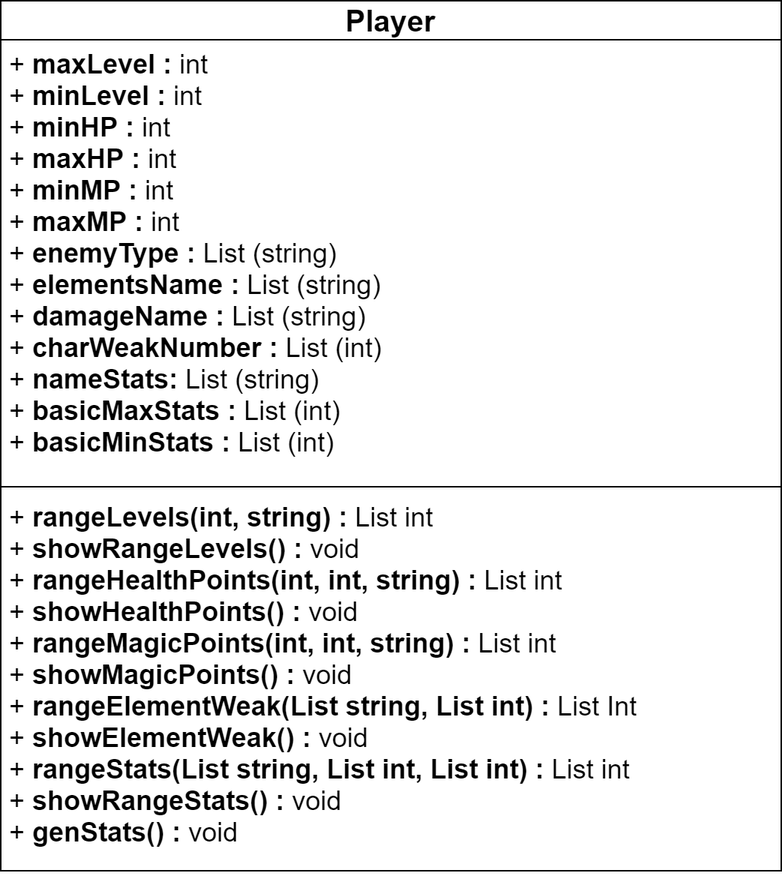
Above: img/enemy_uml.png in rohwid/id-thesis-book-min-electics-its (draw.io), before the change. Source tidied: cells renumbered, new cells last; positions are measured from the earlier drawing's top-left corner, leaving out a move shared by most shapes. Its diagram source:
```xml
<mxGraphModel>
  <root>
    <mxCell id="0" />
    <mxCell id="1" parent="0" />
    <mxCell id="2" value="Player" style="swimlane;fontStyle=1;align=center;verticalAlign=bottom;horizontal=1;startSize=26;fontSize=20;labelBackgroundColor=none;labelBorderColor=none;" parent="1" vertex="1">
      <mxGeometry width="520" height="580" as="geometry" />
    </mxCell>
    <mxCell id="3" value="+ &lt;b&gt;maxLevel&lt;/b&gt; &lt;b&gt;:&lt;/b&gt; int&lt;br&gt;+ &lt;b&gt;minLevel&lt;/b&gt; &lt;b&gt;:&lt;/b&gt; int&lt;br&gt;+ &lt;b&gt;minHP&lt;/b&gt; &lt;b&gt;:&lt;/b&gt;&amp;nbsp;int&lt;br&gt;+ &lt;b&gt;maxHP&lt;/b&gt;&amp;nbsp;&lt;b&gt;:&lt;/b&gt;&amp;nbsp;int&lt;br&gt;+ &lt;b&gt;minMP :&lt;/b&gt;&amp;nbsp;int&lt;br&gt;+&amp;nbsp;&lt;b&gt;maxMP :&lt;/b&gt;&amp;nbsp;int&lt;br&gt;+ &lt;b&gt;enemyType :&lt;/b&gt; List (string)&lt;br&gt;+&amp;nbsp;&lt;b&gt;elementsName :&lt;/b&gt;&amp;nbsp;List (string)&lt;br&gt;+ &lt;b&gt;damageName :&lt;/b&gt; List (string)&lt;br&gt;+&amp;nbsp;&lt;b&gt;charWeakNumber :&lt;/b&gt;&amp;nbsp;List (int)&lt;br&gt;+ &lt;b&gt;nameStats:&lt;/b&gt; List (string)&lt;br&gt;+ &lt;b&gt;basicMaxStats :&lt;/b&gt; List (int)&lt;br&gt;+ &lt;b&gt;basicMinStats :&lt;/b&gt; List (int)" style="text;strokeColor=none;fillColor=none;align=left;verticalAlign=top;spacingLeft=4;spacingRight=4;overflow=hidden;fontSize=18;html=1;" parent="2" vertex="1">
      <mxGeometry y="26" width="520" height="294" as="geometry" />
    </mxCell>
    <mxCell id="4" style="line;strokeWidth=1;fillColor=none;align=left;verticalAlign=middle;spacingTop=-1;spacingLeft=3;spacingRight=3;labelPosition=right;" parent="2" vertex="1">
      <mxGeometry y="320" width="520" height="8" as="geometry" />
    </mxCell>
    <mxCell id="5" value="+ &lt;b&gt;rangeLevels(int, string) :&lt;/b&gt; List int&lt;br&gt;+ &lt;b&gt;showRangeLevels() :&lt;/b&gt; void&lt;br&gt;+ &lt;b&gt;rangeHealthPoints(int, int, string) :&lt;/b&gt; List int&lt;br&gt;+ &lt;b&gt;showHealthPoints() :&lt;/b&gt; void&lt;br&gt;+ &lt;b&gt;rangeMagicPoints(int, int, string) :&lt;/b&gt; List int&lt;br&gt;+ &lt;b&gt;showMagicPoints() :&lt;/b&gt; void&lt;br&gt;+ &lt;b&gt;rangeElementWeak(List string, List int) :&lt;/b&gt; List Int&lt;br&gt;+ &lt;b&gt;showElementWeak() :&lt;/b&gt; void&lt;br&gt;+ &lt;b&gt;rangeStats(List string, List int, List int) :&lt;/b&gt; List int&lt;br&gt;+ &lt;b&gt;showRangeStats() :&lt;/b&gt; void&lt;br&gt;+ &lt;b&gt;genStats() :&lt;/b&gt; void" style="text;strokeColor=none;fillColor=none;align=left;verticalAlign=top;spacingLeft=4;spacingRight=4;overflow=hidden;fontSize=18;html=1;" parent="2" vertex="1">
      <mxGeometry y="328" width="520" height="252" as="geometry" />
    </mxCell>
  </root>
</mxGraphModel>
```
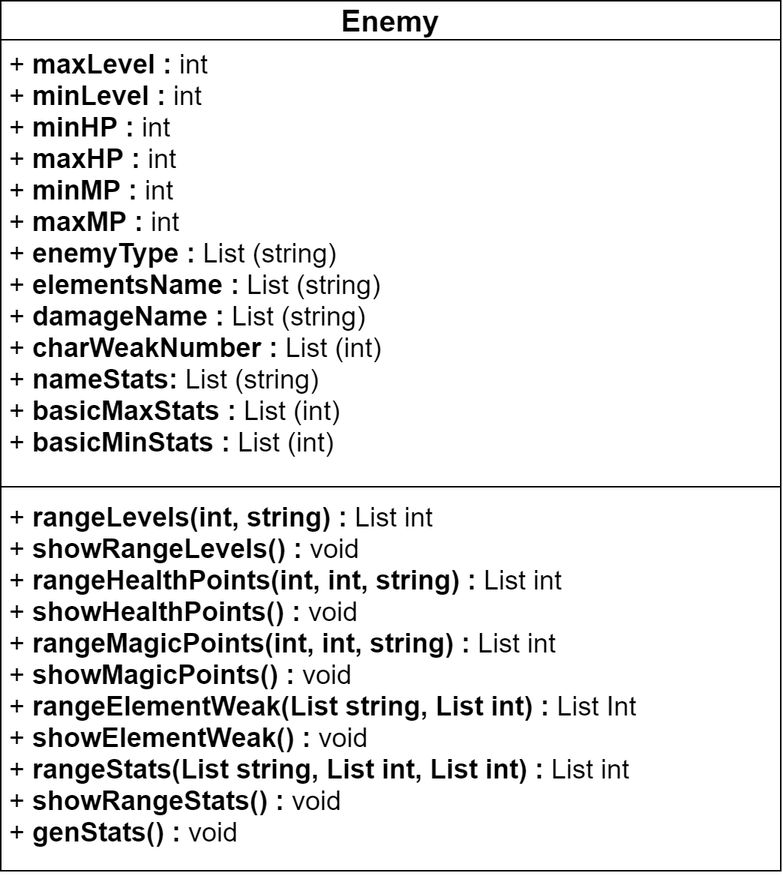
Later version of the same file.

What changed in the source:
```diff
@@ -2,16 +2,16 @@
   <root>
     <mxCell id="0" />
     <mxCell id="1" parent="0" />
-    <mxCell id="2" value="Player" style="swimlane;fontStyle=1;align=center;verticalAlign=bottom;horizontal=1;startSize=26;fontSize=20;labelBackgroundColor=none;labelBorderColor=none;" parent="1" vertex="1">
-      <mxGeometry width="520" height="580" as="geometry" />
-    </mxCell>
+    <mxCell id="6" value="Enemy" style="swimlane;fontStyle=1;align=center;verticalAlign=bottom;horizontal=1;startSize=26;fontSize=20;labelBackgroundColor=none;labelBorderColor=none;" parent="1" vertex="1">
+      <mxGeometry width="520" height="580" as="geometry" />
+    </mxCell>
-    <mxCell id="3" value="+ &lt;b&gt;maxLevel&lt;/b&gt; &lt;b&gt;:&lt;/b&gt; int&lt;br&gt;+ &lt;b&gt;minLevel&lt;/b&gt; &lt;b&gt;:&lt;/b&gt; int&lt;br&gt;+ &lt;b&gt;minHP&lt;/b&gt; &lt;b&gt;:&lt;/b&gt;&amp;nbsp;int&lt;br&gt;+ &lt;b&gt;maxHP&lt;/b&gt;&amp;nbsp;&lt;b&gt;:&lt;/b&gt;&amp;nbsp;int&lt;br&gt;+ &lt;b&gt;minMP :&lt;/b&gt;&amp;nbsp;int&lt;br&gt;+&amp;nbsp;&lt;b&gt;maxMP :&lt;/b&gt;&amp;nbsp;int&lt;br&gt;+ &lt;b&gt;enemyType :&lt;/b&gt; List (string)&lt;br&gt;+&amp;nbsp;&lt;b&gt;elementsName :&lt;/b&gt;&amp;nbsp;List (string)&lt;br&gt;+ &lt;b&gt;damageName :&lt;/b&gt; List (string)&lt;br&gt;+&amp;nbsp;&lt;b&gt;charWeakNumber :&lt;/b&gt;&amp;nbsp;List (int)&lt;br&gt;+ &lt;b&gt;nameStats:&lt;/b&gt; List (string)&lt;br&gt;+ &lt;b&gt;basicMaxStats :&lt;/b&gt; List (int)&lt;br&gt;+ &lt;b&gt;basicMinStats :&lt;/b&gt; List (int)" style="text;strokeColor=none;fillColor=none;align=left;verticalAlign=top;spacingLeft=4;spacingRight=4;overflow=hidden;fontSize=18;html=1;" parent="2" vertex="1">
+    <mxCell id="3" value="+ &lt;b&gt;maxLevel&lt;/b&gt; &lt;b&gt;:&lt;/b&gt; int&lt;br&gt;+ &lt;b&gt;minLevel&lt;/b&gt; &lt;b&gt;:&lt;/b&gt; int&lt;br&gt;+ &lt;b&gt;minHP&lt;/b&gt; &lt;b&gt;:&lt;/b&gt;&amp;nbsp;int&lt;br&gt;+ &lt;b&gt;maxHP&lt;/b&gt;&amp;nbsp;&lt;b&gt;:&lt;/b&gt;&amp;nbsp;int&lt;br&gt;+ &lt;b&gt;minMP :&lt;/b&gt;&amp;nbsp;int&lt;br&gt;+&amp;nbsp;&lt;b&gt;maxMP :&lt;/b&gt;&amp;nbsp;int&lt;br&gt;+ &lt;b&gt;enemyType :&lt;/b&gt; List (string)&lt;br&gt;+&amp;nbsp;&lt;b&gt;elementsName :&lt;/b&gt;&amp;nbsp;List (string)&lt;br&gt;+ &lt;b&gt;damageName :&lt;/b&gt; List (string)&lt;br&gt;+&amp;nbsp;&lt;b&gt;charWeakNumber :&lt;/b&gt;&amp;nbsp;List (int)&lt;br&gt;+ &lt;b&gt;nameStats:&lt;/b&gt; List (string)&lt;br&gt;+ &lt;b&gt;basicMaxStats :&lt;/b&gt; List (int)&lt;br&gt;+ &lt;b&gt;basicMinStats :&lt;/b&gt; List (int)" style="text;strokeColor=none;fillColor=none;align=left;verticalAlign=top;spacingLeft=4;spacingRight=4;overflow=hidden;fontSize=18;html=1;" parent="6" vertex="1">
       <mxGeometry y="26" width="520" height="294" as="geometry" />
     </mxCell>
-    <mxCell id="4" style="line;strokeWidth=1;fillColor=none;align=left;verticalAlign=middle;spacingTop=-1;spacingLeft=3;spacingRight=3;labelPosition=right;" parent="2" vertex="1">
+    <mxCell id="4" style="line;strokeWidth=1;fillColor=none;align=left;verticalAlign=middle;spacingTop=-1;spacingLeft=3;spacingRight=3;labelPosition=right;" parent="6" vertex="1">
       <mxGeometry y="320" width="520" height="8" as="geometry" />
     </mxCell>
-    <mxCell id="5" value="+ &lt;b&gt;rangeLevels(int, string) :&lt;/b&gt; List int&lt;br&gt;+ &lt;b&gt;showRangeLevels() :&lt;/b&gt; void&lt;br&gt;+ &lt;b&gt;rangeHealthPoints(int, int, string) :&lt;/b&gt; List int&lt;br&gt;+ &lt;b&gt;showHealthPoints() :&lt;/b&gt; void&lt;br&gt;+ &lt;b&gt;rangeMagicPoints(int, int, string) :&lt;/b&gt; List int&lt;br&gt;+ &lt;b&gt;showMagicPoints() :&lt;/b&gt; void&lt;br&gt;+ &lt;b&gt;rangeElementWeak(List string, List int) :&lt;/b&gt; List Int&lt;br&gt;+ &lt;b&gt;showElementWeak() :&lt;/b&gt; void&lt;br&gt;+ &lt;b&gt;rangeStats(List string, List int, List int) :&lt;/b&gt; List int&lt;br&gt;+ &lt;b&gt;showRangeStats() :&lt;/b&gt; void&lt;br&gt;+ &lt;b&gt;genStats() :&lt;/b&gt; void" style="text;strokeColor=none;fillColor=none;align=left;verticalAlign=top;spacingLeft=4;spacingRight=4;overflow=hidden;fontSize=18;html=1;" parent="2" vertex="1">
+    <mxCell id="5" value="+ &lt;b&gt;rangeLevels(int, string) :&lt;/b&gt; List int&lt;br&gt;+ &lt;b&gt;showRangeLevels() :&lt;/b&gt; void&lt;br&gt;+ &lt;b&gt;rangeHealthPoints(int, int, string) :&lt;/b&gt; List int&lt;br&gt;+ &lt;b&gt;showHealthPoints() :&lt;/b&gt; void&lt;br&gt;+ &lt;b&gt;rangeMagicPoints(int, int, string) :&lt;/b&gt; List int&lt;br&gt;+ &lt;b&gt;showMagicPoints() :&lt;/b&gt; void&lt;br&gt;+ &lt;b&gt;rangeElementWeak(List string, List int) :&lt;/b&gt; List Int&lt;br&gt;+ &lt;b&gt;showElementWeak() :&lt;/b&gt; void&lt;br&gt;+ &lt;b&gt;rangeStats(List string, List int, List int) :&lt;/b&gt; List int&lt;br&gt;+ &lt;b&gt;showRangeStats() :&lt;/b&gt; void&lt;br&gt;+ &lt;b&gt;genStats() :&lt;/b&gt; void" style="text;strokeColor=none;fillColor=none;align=left;verticalAlign=top;spacingLeft=4;spacingRight=4;overflow=hidden;fontSize=18;html=1;" parent="6" vertex="1">
       <mxGeometry y="328" width="520" height="252" as="geometry" />
     </mxCell>
   </root>
```
